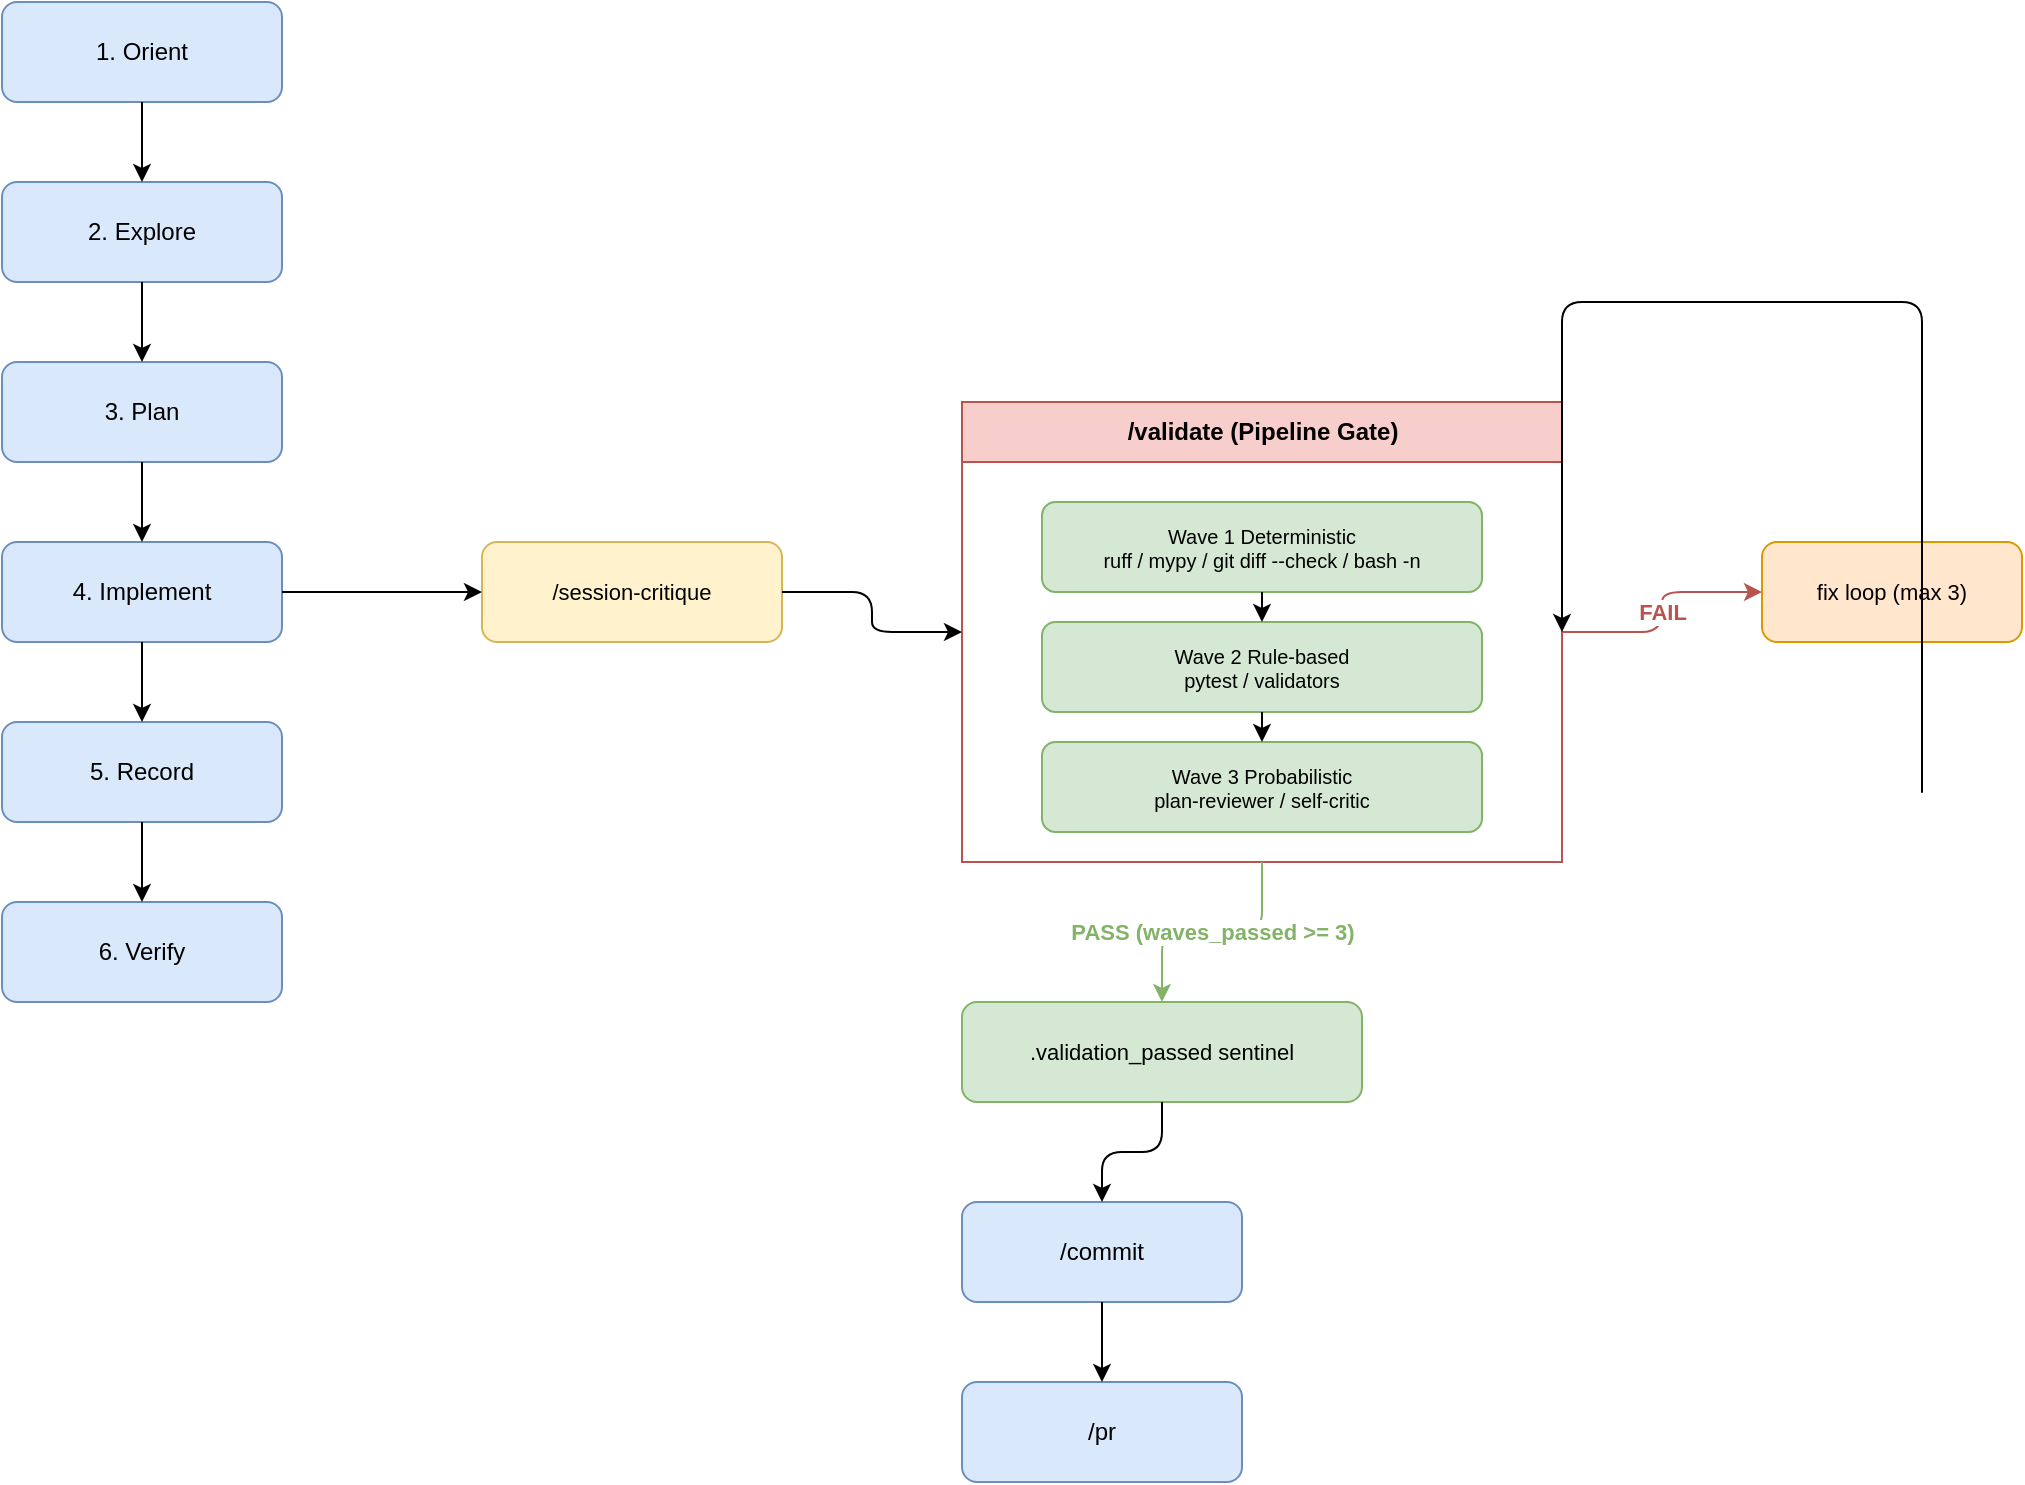
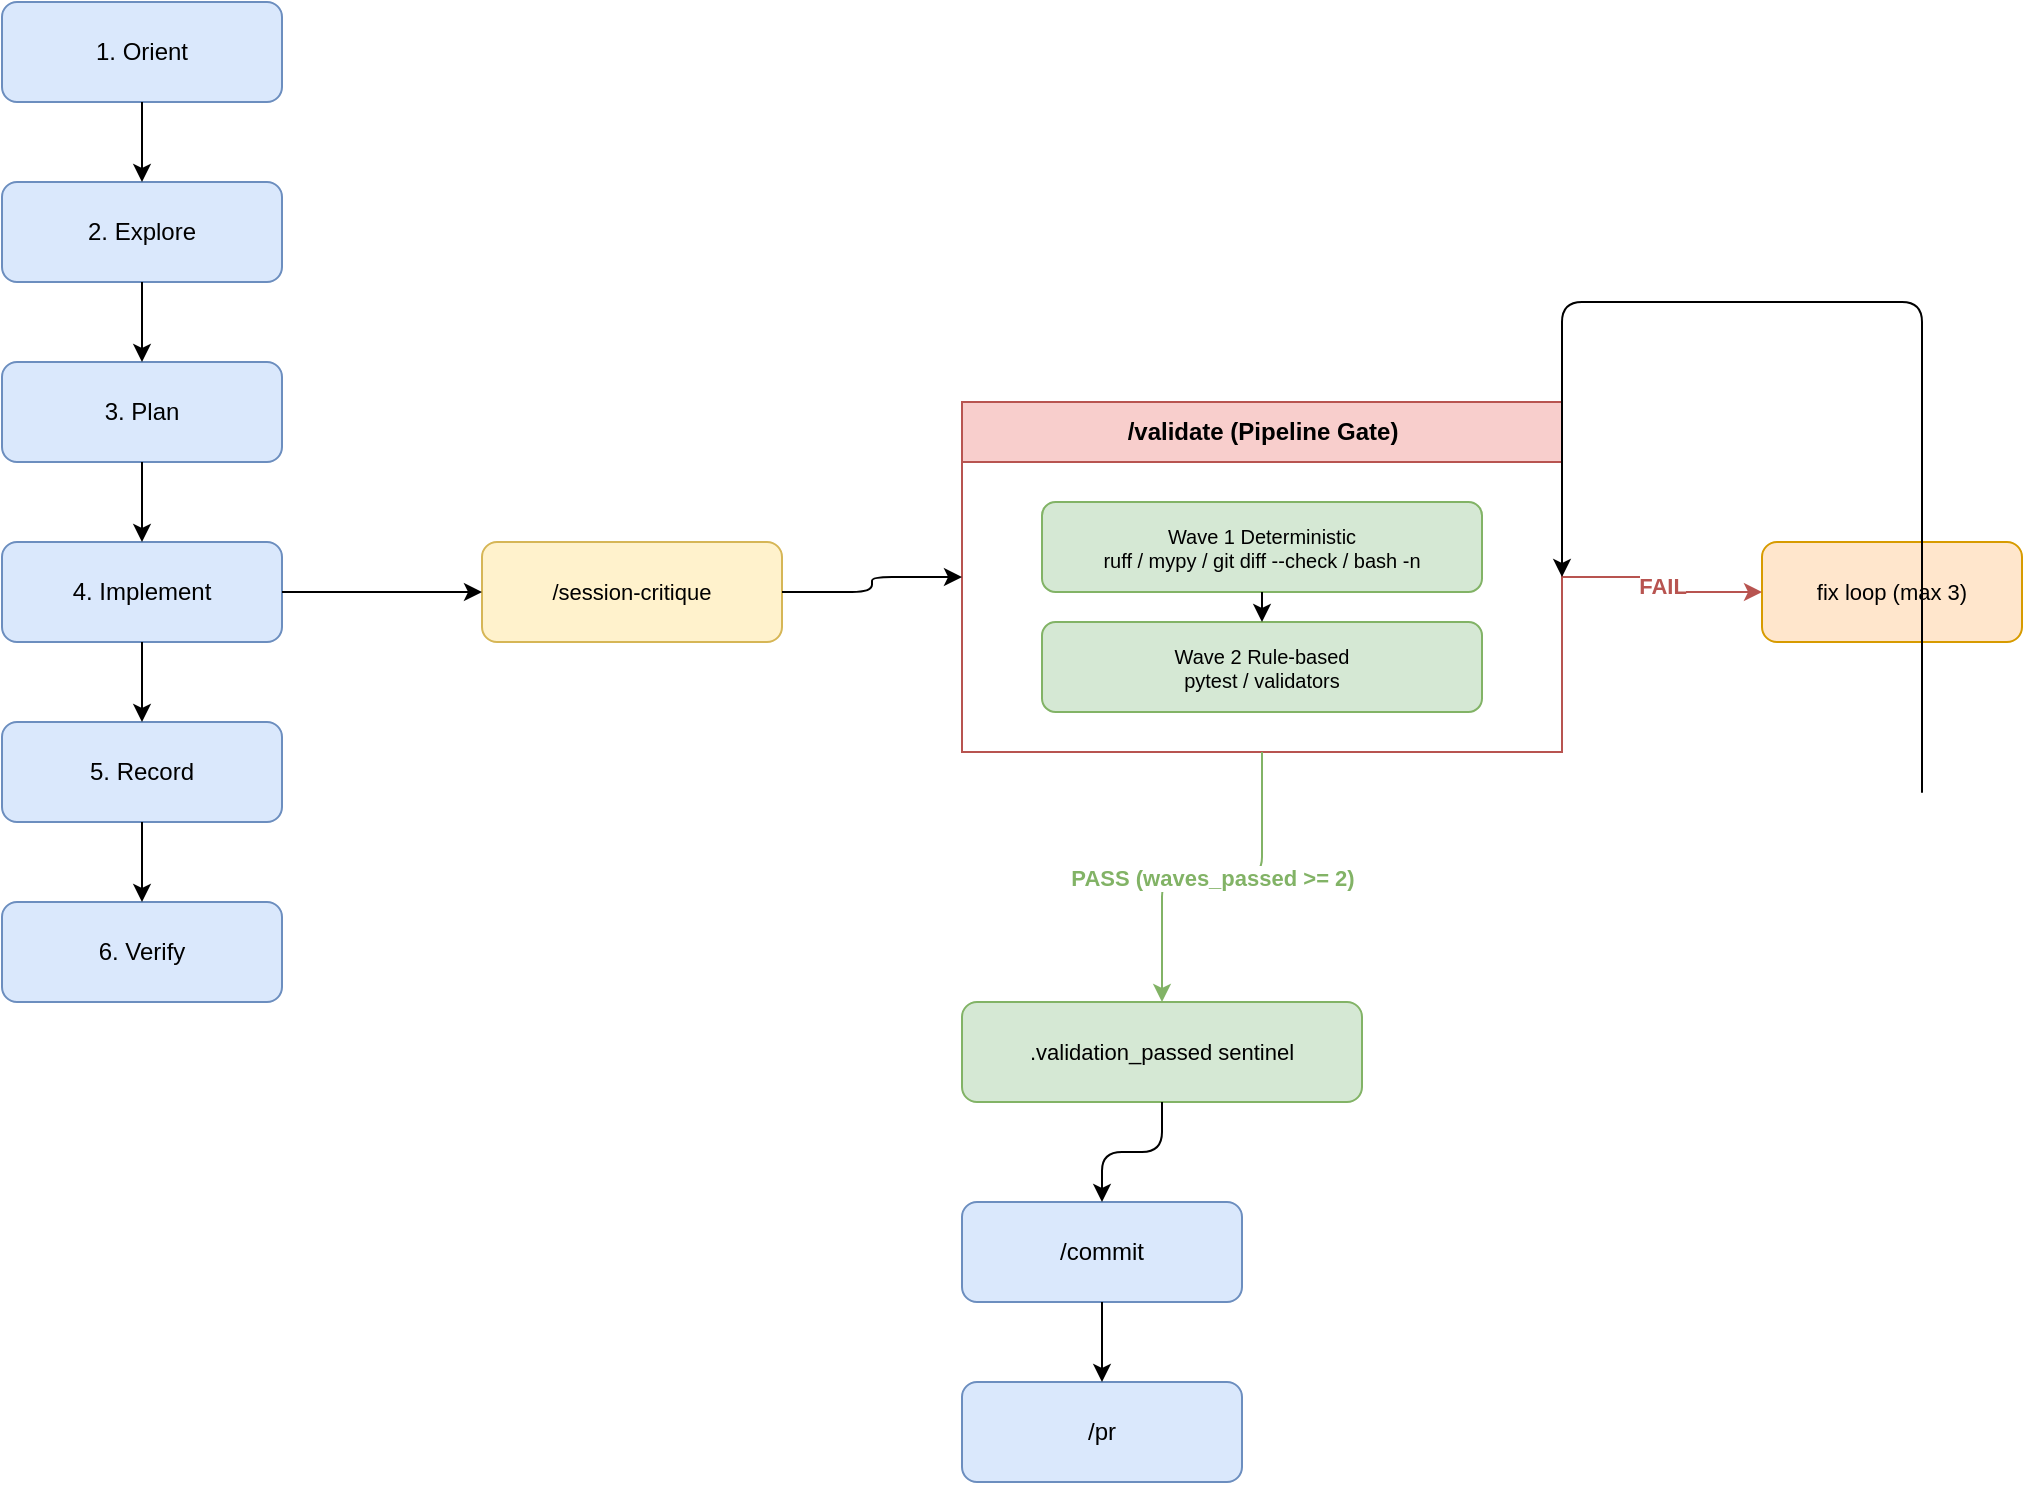
<mxfile>
  <diagram name="loam-workflow-gate">
    <mxGraphModel dx="1400" dy="1000" grid="0" gridSize="10" guides="1" tooltips="1" connect="1" arrows="1" fold="1" page="0" pageScale="1" pageWidth="1169" pageHeight="827" math="0" shadow="0">
      <root>
        <mxCell id="0"/>
        <mxCell id="1" parent="0"/>
        <mxCell id="2" value="1. Orient" style="rounded=1;whiteSpace=wrap;html=1;fillColor=#dae8fc;strokeColor=#6c8ebf;fontSize=12;" vertex="1" parent="1">
          <mxGeometry x="80" y="40" width="140" height="50" as="geometry"/>
        </mxCell>
        <mxCell id="3" value="2. Explore" style="rounded=1;whiteSpace=wrap;html=1;fillColor=#dae8fc;strokeColor=#6c8ebf;fontSize=12;" vertex="1" parent="1">
          <mxGeometry x="80" y="130" width="140" height="50" as="geometry"/>
        </mxCell>
        <mxCell id="4" value="3. Plan" style="rounded=1;whiteSpace=wrap;html=1;fillColor=#dae8fc;strokeColor=#6c8ebf;fontSize=12;" vertex="1" parent="1">
          <mxGeometry x="80" y="220" width="140" height="50" as="geometry"/>
        </mxCell>
        <mxCell id="5" value="4. Implement" style="rounded=1;whiteSpace=wrap;html=1;fillColor=#dae8fc;strokeColor=#6c8ebf;fontSize=12;" vertex="1" parent="1">
          <mxGeometry x="80" y="310" width="140" height="50" as="geometry"/>
        </mxCell>
        <mxCell id="6" value="5. Record" style="rounded=1;whiteSpace=wrap;html=1;fillColor=#dae8fc;strokeColor=#6c8ebf;fontSize=12;" vertex="1" parent="1">
          <mxGeometry x="80" y="400" width="140" height="50" as="geometry"/>
        </mxCell>
        <mxCell id="7" value="6. Verify" style="rounded=1;whiteSpace=wrap;html=1;fillColor=#dae8fc;strokeColor=#6c8ebf;fontSize=12;" vertex="1" parent="1">
          <mxGeometry x="80" y="490" width="140" height="50" as="geometry"/>
        </mxCell>
        <mxCell id="8" value="/session-critique" style="rounded=1;whiteSpace=wrap;html=1;fillColor=#fff2cc;strokeColor=#d6b656;fontSize=11;" vertex="1" parent="1">
          <mxGeometry x="320" y="310" width="150" height="50" as="geometry"/>
        </mxCell>
        <mxCell id="20" value="/validate (Pipeline Gate)" style="swimlane;startSize=30;html=1;fillColor=#f8cecc;strokeColor=#b85450;fontStyle=1;fontSize=12;" vertex="1" parent="1">
-           <mxGeometry x="560" y="240" width="300" height="230" as="geometry"/>
+           <mxGeometry x="560" y="240" width="300" height="175" as="geometry"/>
        </mxCell>
        <mxCell id="9" value="Wave 1 Deterministic&#xa;ruff / mypy / git diff --check / bash -n" style="rounded=1;whiteSpace=wrap;html=1;fillColor=#d5e8d4;strokeColor=#82b366;fontSize=10;" vertex="1" parent="20">
          <mxGeometry x="40" y="50" width="220" height="45" as="geometry"/>
        </mxCell>
        <mxCell id="10" value="Wave 2 Rule-based&#xa;pytest / validators" style="rounded=1;whiteSpace=wrap;html=1;fillColor=#d5e8d4;strokeColor=#82b366;fontSize=10;" vertex="1" parent="20">
          <mxGeometry x="40" y="110" width="220" height="45" as="geometry"/>
        </mxCell>
-         <mxCell id="11" value="Wave 3 Probabilistic&#xa;plan-reviewer / self-critic" style="rounded=1;whiteSpace=wrap;html=1;fillColor=#d5e8d4;strokeColor=#82b366;fontSize=10;" vertex="1" parent="20">
-           <mxGeometry x="40" y="170" width="220" height="45" as="geometry"/>
-         </mxCell>
        <mxCell id="12" value="" style="edgeStyle=orthogonalEdgeStyle;html=1;" edge="1" source="9" target="10" parent="20">
-           <mxGeometry relative="1" as="geometry"/>
-         </mxCell>
-         <mxCell id="13" value="" style="edgeStyle=orthogonalEdgeStyle;html=1;" edge="1" source="10" target="11" parent="20">
          <mxGeometry relative="1" as="geometry"/>
        </mxCell>
        <mxCell id="14" value="fix loop (max 3)" style="rounded=1;whiteSpace=wrap;html=1;fillColor=#ffe6cc;strokeColor=#d79b00;fontSize=11;" vertex="1" parent="1">
          <mxGeometry x="960" y="310" width="130" height="50" as="geometry"/>
        </mxCell>
        <mxCell id="15" value=".validation_passed sentinel" style="rounded=1;whiteSpace=wrap;html=1;fillColor=#d5e8d4;strokeColor=#82b366;fontSize=11;" vertex="1" parent="1">
          <mxGeometry x="560" y="540" width="200" height="50" as="geometry"/>
        </mxCell>
        <mxCell id="16" value="/commit" style="rounded=1;whiteSpace=wrap;html=1;fillColor=#dae8fc;strokeColor=#6c8ebf;fontSize=12;" vertex="1" parent="1">
          <mxGeometry x="560" y="640" width="140" height="50" as="geometry"/>
        </mxCell>
        <mxCell id="17" value="/pr" style="rounded=1;whiteSpace=wrap;html=1;fillColor=#dae8fc;strokeColor=#6c8ebf;fontSize=12;" vertex="1" parent="1">
          <mxGeometry x="560" y="730" width="140" height="50" as="geometry"/>
        </mxCell>
        <mxCell id="18" value="" style="edgeStyle=orthogonalEdgeStyle;html=1;" edge="1" source="2" target="3" parent="1">
          <mxGeometry relative="1" as="geometry"/>
        </mxCell>
        <mxCell id="19" value="" style="edgeStyle=orthogonalEdgeStyle;html=1;" edge="1" source="3" target="4" parent="1">
          <mxGeometry relative="1" as="geometry"/>
        </mxCell>
        <mxCell id="21" value="" style="edgeStyle=orthogonalEdgeStyle;html=1;" edge="1" source="4" target="5" parent="1">
          <mxGeometry relative="1" as="geometry"/>
        </mxCell>
        <mxCell id="22" value="" style="edgeStyle=orthogonalEdgeStyle;html=1;" edge="1" source="5" target="6" parent="1">
          <mxGeometry relative="1" as="geometry"/>
        </mxCell>
        <mxCell id="23" value="" style="edgeStyle=orthogonalEdgeStyle;html=1;" edge="1" source="6" target="7" parent="1">
          <mxGeometry relative="1" as="geometry"/>
        </mxCell>
        <mxCell id="24" value="" style="edgeStyle=orthogonalEdgeStyle;html=1;" edge="1" source="5" target="8" parent="1">
          <mxGeometry relative="1" as="geometry"/>
        </mxCell>
        <mxCell id="25" value="" style="edgeStyle=orthogonalEdgeStyle;html=1;" edge="1" source="8" target="20" parent="1">
          <mxGeometry relative="1" as="geometry"/>
        </mxCell>
        <mxCell id="26" value="FAIL" style="edgeStyle=orthogonalEdgeStyle;html=1;exitX=1;exitY=0.5;exitDx=0;exitDy=0;strokeColor=#b85450;fontColor=#b85450;fontStyle=1;" edge="1" source="20" target="14" parent="1">
          <mxGeometry relative="1" as="geometry"/>
        </mxCell>
        <mxCell id="27" value="" style="edgeStyle=orthogonalEdgeStyle;html=1;entryX=1;entryY=0.5;entryDx=0;entryDy=0;" edge="1" source="14" target="20" parent="1">
          <mxGeometry relative="1" as="geometry">
            <Array as="points">
              <mxPoint x="1040" y="440"/>
              <mxPoint x="1040" y="190"/>
              <mxPoint x="710" y="190"/>
            </Array>
          </mxGeometry>
        </mxCell>
-         <mxCell id="28" value="PASS (waves_passed &gt;= 3)" style="edgeStyle=orthogonalEdgeStyle;html=1;exitX=0.5;exitY=1;exitDx=0;exitDy=0;strokeColor=#82b366;fontColor=#82b366;fontStyle=1;" edge="1" source="20" target="15" parent="1">
+         <mxCell id="28" value="PASS (waves_passed &gt;= 2)" style="edgeStyle=orthogonalEdgeStyle;html=1;exitX=0.5;exitY=1;exitDx=0;exitDy=0;strokeColor=#82b366;fontColor=#82b366;fontStyle=1;" edge="1" source="20" target="15" parent="1">
          <mxGeometry relative="1" as="geometry"/>
        </mxCell>
        <mxCell id="29" value="" style="edgeStyle=orthogonalEdgeStyle;html=1;" edge="1" source="15" target="16" parent="1">
          <mxGeometry relative="1" as="geometry"/>
        </mxCell>
        <mxCell id="30" value="" style="edgeStyle=orthogonalEdgeStyle;html=1;" edge="1" source="16" target="17" parent="1">
          <mxGeometry relative="1" as="geometry"/>
        </mxCell>
      </root>
    </mxGraphModel>
  </diagram>
</mxfile>
